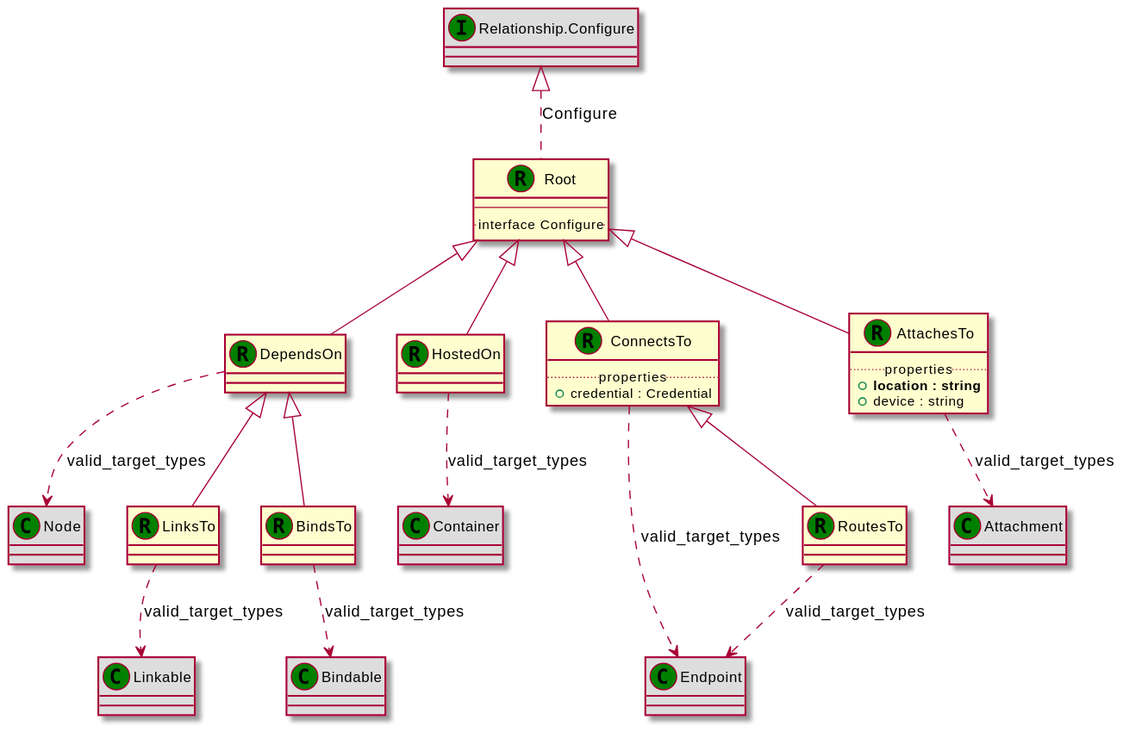
This is examples/tosca-community-contributions/diagrams/uml2/profiles-org.oasis-open-simple-2.0-relationship_types-uml2-class-diagram.svg from Orange-OpenSource/Cloudnet-TOSCA-toolbox, a PlantUML export, as it was before one commit. Source of this version:
```plantuml
@startuml
set namespaceSeparator none
class "Root" as Root_RT << (R,green) >> {
--
.. interface Configure ..
}
class "Relationship.Configure" as Relationship_Configure_IT << (I,green) >> #DDDDDD
class "DependsOn" as DependsOn_RT << (R,green) >> {
}
class "Node" as Node_CT << (C,green) >> #DDDDDD
class "HostedOn" as HostedOn_RT << (R,green) >> {
}
class "Container" as Container_CT << (C,green) >> #DDDDDD
class "ConnectsTo" as ConnectsTo_RT << (R,green) >> {
.. properties ..
+credential : Credential
}
class "Endpoint" as Endpoint_CT << (C,green) >> #DDDDDD
class "AttachesTo" as AttachesTo_RT << (R,green) >> {
.. properties ..
+<b>location : string
+device : string
}
class "Attachment" as Attachment_CT << (C,green) >> #DDDDDD
class "LinksTo" as LinksTo_RT << (R,green) >> {
}
class "Linkable" as Linkable_CT << (C,green) >> #DDDDDD
class "BindsTo" as BindsTo_RT << (R,green) >> {
}
class "Bindable" as Bindable_CT << (C,green) >> #DDDDDD
class "RoutesTo" as RoutesTo_RT << (R,green) >> {
}
class "Endpoint" as Endpoint_CT << (C,green) >> #DDDDDD
Relationship_Configure_IT <|.. Root_RT : Configure
Root_RT <|-- DependsOn_RT
DependsOn_RT ..> Node_CT : valid_target_types
Root_RT <|-- HostedOn_RT
HostedOn_RT ..> Container_CT : valid_target_types
Root_RT <|-- ConnectsTo_RT
ConnectsTo_RT ..> Endpoint_CT : valid_target_types
Root_RT <|-- AttachesTo_RT
AttachesTo_RT ..> Attachment_CT : valid_target_types
DependsOn_RT <|-- LinksTo_RT
LinksTo_RT ..> Linkable_CT : valid_target_types
DependsOn_RT <|-- BindsTo_RT
BindsTo_RT ..> Bindable_CT : valid_target_types
ConnectsTo_RT <|-- RoutesTo_RT
RoutesTo_RT ..> Endpoint_CT : valid_target_types
@enduml
```
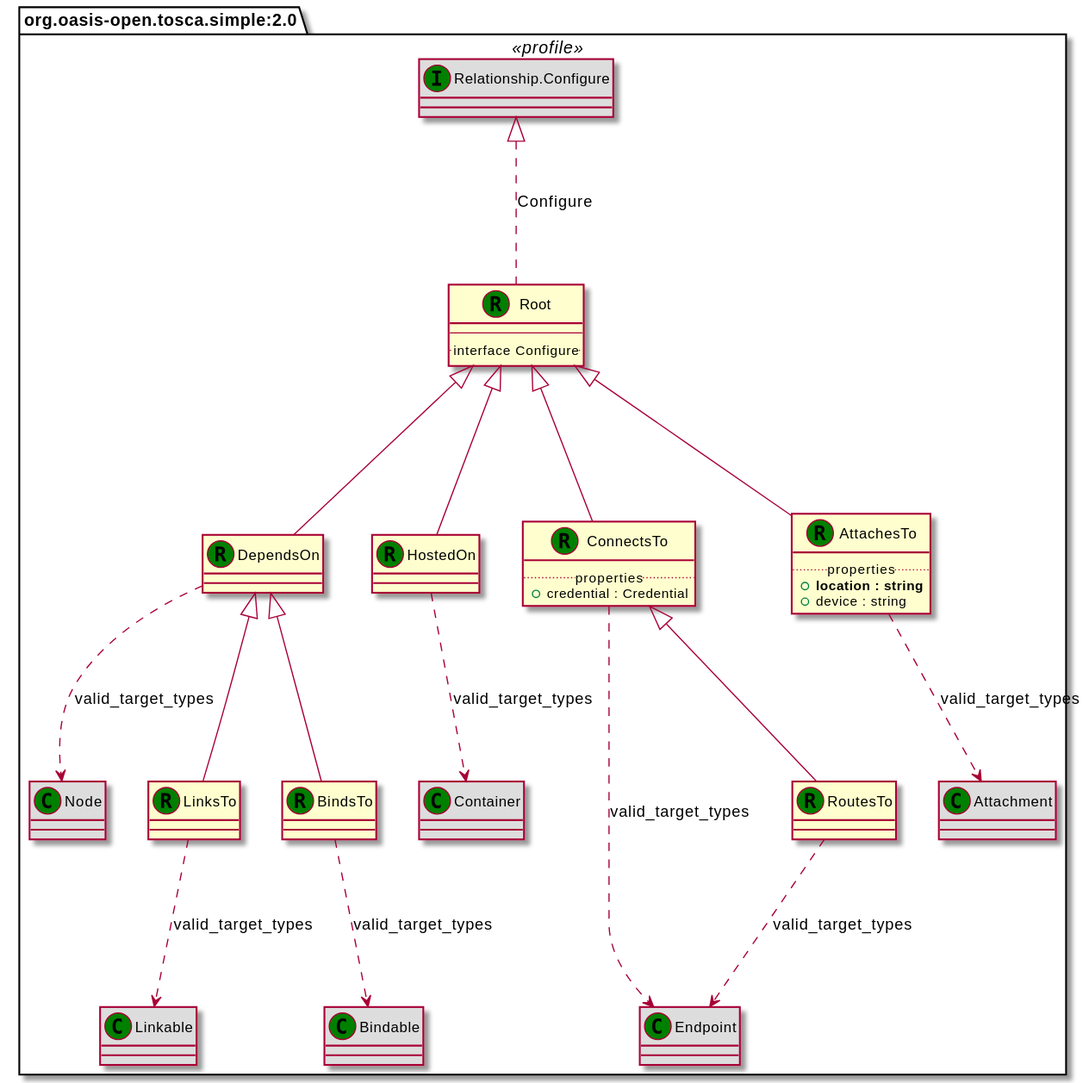
After the change.

Change to the diagram source:
```diff
@@ -1,5 +1,6 @@
 @startuml
 set namespaceSeparator none
+package "org.oasis-open.tosca.simple:2.0" <<profile>> {
 class "Root" as Root_RT << (R,green) >> {
 --
 .. interface Configure ..
@@ -46,4 +47,5 @@
 BindsTo_RT ..> Bindable_CT : valid_target_types
 ConnectsTo_RT <|-- RoutesTo_RT
 RoutesTo_RT ..> Endpoint_CT : valid_target_types
+}
 @enduml
```
